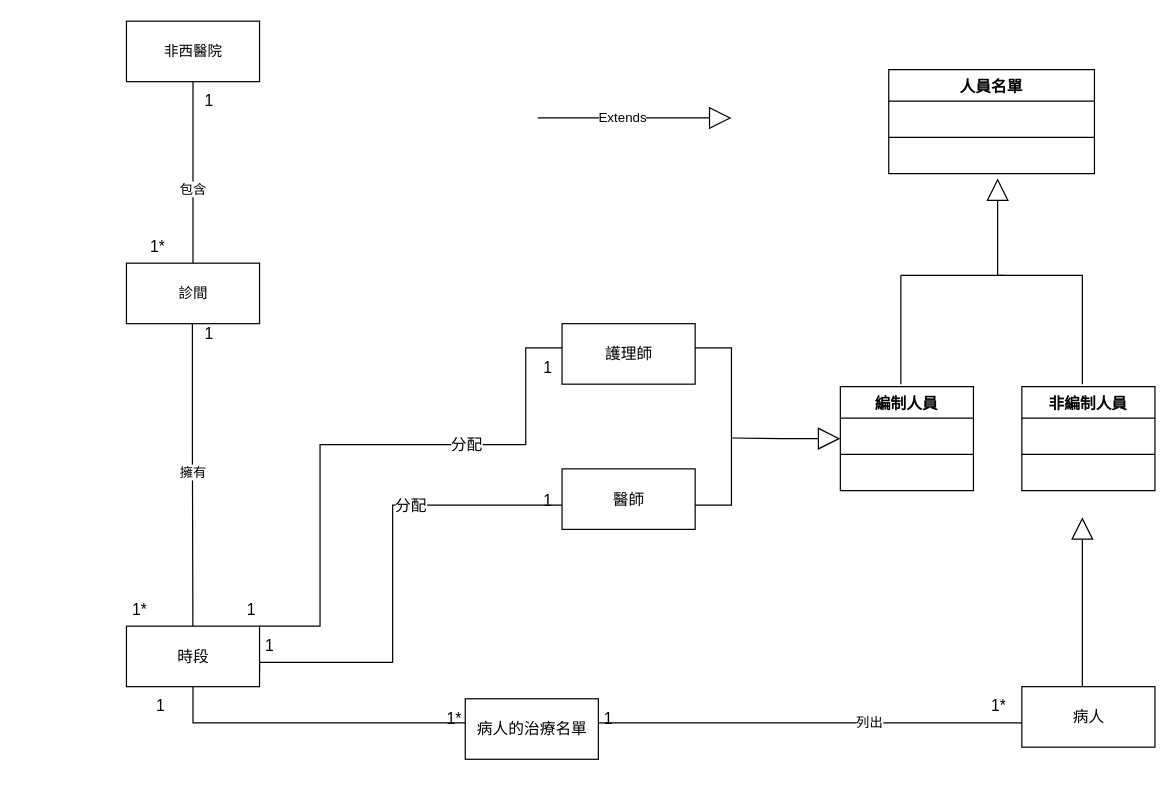
Earlier version of the draw.io diagram Clinic.drawio (c109111124/110-2HW2). Source tidied: cells renumbered, new cells numbered last; positions are measured from the earlier drawing's top-left corner, leaving out a move shared by most shapes. Both pictures are drawn from the tidied source at 121%, with x=0, y=0 at pixel (126, 21).
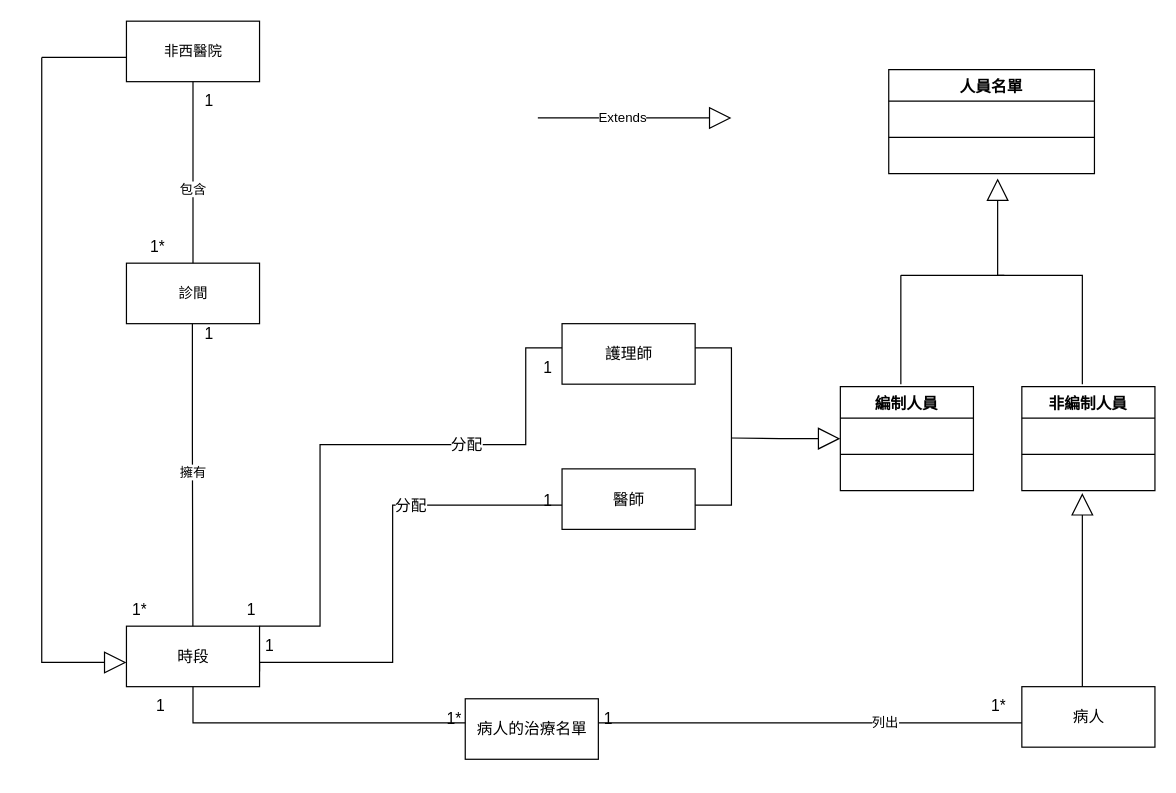
Above is the later version.

The change refers to these unchanged cells:
```xml
<mxCell id="12" value="時段" style="html=1;fontSize=13;" parent="1" vertex="1">
  <mxGeometry y="500" width="110" height="50" as="geometry" />
</mxCell>
```

The edit, as a diff of the source:
```diff
@@
     <mxCell id="13" value="列出" style="endArrow=block;endSize=16;endFill=0;html=1;rounded=0;exitX=0.5;exitY=1;exitDx=0;exitDy=0;" parent="1" edge="1" source="12">
       <mxGeometry x="0.26" relative="1" as="geometry">
-        <mxPoint x="790" y="410" as="targetPoint" />
+        <mxPoint x="790" y="390" as="targetPoint" />
         <Array as="points">
           <mxPoint x="55" y="580" />
           <mxPoint x="790" y="580" />
         </Array>
       </mxGeometry>
     </mxCell>
@@
+    <mxCell id="43" style="endArrow=block;endSize=16;endFill=0;html=1;rounded=0;" parent="1" edge="1">
+      <mxGeometry x="-1" y="-72" relative="1" as="geometry">
+        <mxPoint x="-70" y="30" as="sourcePoint" />
+        <mxPoint y="530" as="targetPoint" />
+        <Array as="points">
+          <mxPoint x="-70" y="530" />
+        </Array>
+        <mxPoint x="-10" y="-1" as="offset" />
+      </mxGeometry>
+    </mxCell>
+    <mxCell id="44" style="rounded=0;orthogonalLoop=1;jettySize=auto;html=1;endArrow=none;endFill=0;sketch=0;sourcePerimeterSpacing=0;targetPerimeterSpacing=0;fontSize=13;" parent="1" edge="1">
+      <mxGeometry relative="1" as="geometry">
+        <mxPoint y="30" as="sourcePoint" />
+        <mxPoint x="-70" y="30" as="targetPoint" />
+      </mxGeometry>
+    </mxCell>
```
